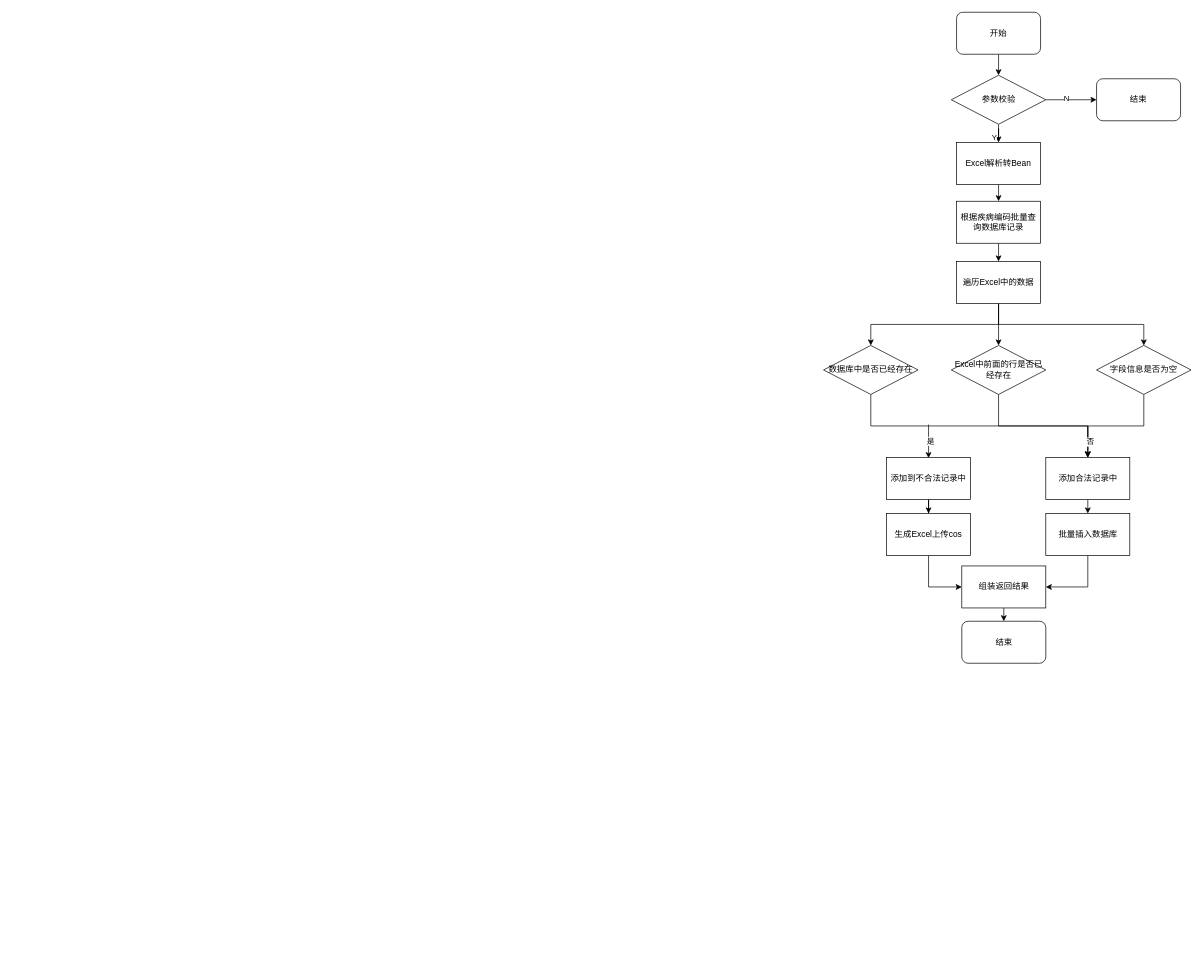
Before: shuidi.drawio in jiajianfeng1993/draw.io, a draw.io diagram. Source tidied: cells renumbered, new cells numbered last; positions are measured from the earlier drawing's top-left corner, leaving out a move shared by most shapes. Both pictures are drawn from the tidied source at 70%, with x=0, y=0 at pixel (823, 12).
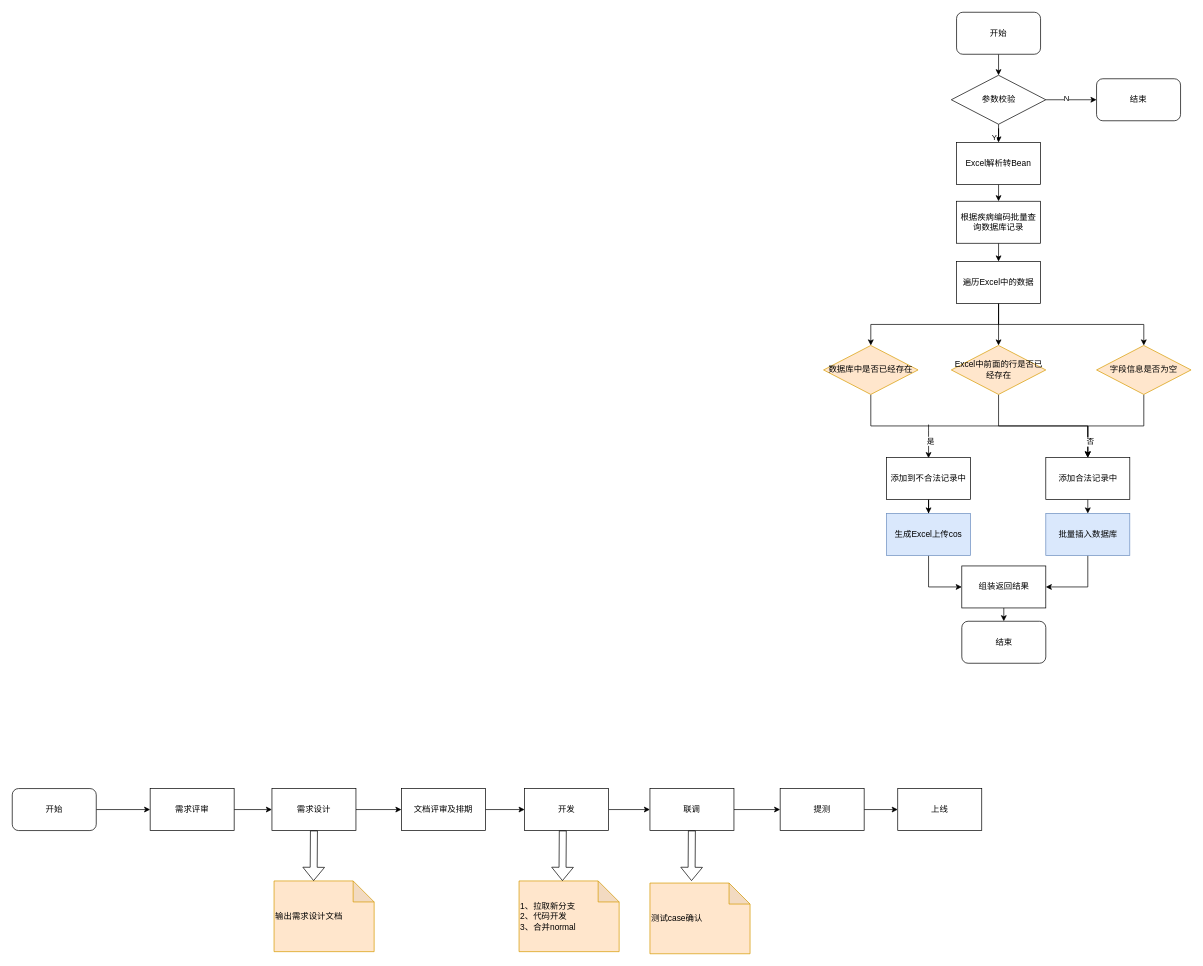
After the change.

What changed in the source:
```diff
@@
-<mxGraphModel>
+<mxGraphModel background="#ffffff">
@@
-    <mxCell id="18" value="数据库中是否已经存在" style="rhombus;whiteSpace=wrap;html=1;" parent="1" vertex="1">
+    <mxCell id="18" value="数据库中是否已经存在" style="rhombus;whiteSpace=wrap;html=1;fillColor=#ffe6cc;strokeColor=#d79b00;" parent="1" vertex="1">
       <mxGeometry y="476" width="135" height="70" as="geometry" />
     </mxCell>
@@
-    <mxCell id="20" value="Excel中前面的行是否已经存在" style="rhombus;whiteSpace=wrap;html=1;" parent="1" vertex="1">
+    <mxCell id="20" value="Excel中前面的行是否已经存在" style="rhombus;whiteSpace=wrap;html=1;fillColor=#ffe6cc;strokeColor=#d79b00;" parent="1" vertex="1">
       <mxGeometry x="182.5" y="476" width="135" height="70" as="geometry" />
     </mxCell>
@@
-    <mxCell id="25" value="字段信息是否为空" style="rhombus;whiteSpace=wrap;html=1;" parent="1" vertex="1">
+    <mxCell id="25" value="字段信息是否为空" style="rhombus;whiteSpace=wrap;html=1;fillColor=#ffe6cc;strokeColor=#d79b00;" parent="1" vertex="1">
       <mxGeometry x="390" y="476" width="135" height="70" as="geometry" />
     </mxCell>
@@
-    <mxCell id="31" value="批量插入数据库" style="rounded=0;whiteSpace=wrap;html=1;" parent="1" vertex="1">
+    <mxCell id="31" value="批量插入数据库" style="rounded=0;whiteSpace=wrap;html=1;fillColor=#dae8fc;strokeColor=#6c8ebf;" parent="1" vertex="1">
       <mxGeometry x="317.5" y="716" width="120" height="60" as="geometry" />
     </mxCell>
@@
-    <mxCell id="33" value="生成Excel上传cos" style="rounded=0;whiteSpace=wrap;html=1;" parent="1" vertex="1">
+    <mxCell id="33" value="生成Excel上传cos" style="rounded=0;whiteSpace=wrap;html=1;fillColor=#dae8fc;strokeColor=#6c8ebf;" parent="1" vertex="1">
       <mxGeometry x="90" y="716" width="120" height="60" as="geometry" />
     </mxCell>
@@
+    <mxCell id="38" style="edgeStyle=orthogonalEdgeStyle;rounded=0;jettySize=auto;html=1;exitX=1;exitY=0.5;exitDx=0;exitDy=0;" parent="1" edge="1" source="39" target="41">
+      <mxGeometry relative="1" as="geometry" />
+    </mxCell>
+    <mxCell id="39" value="开始" style="rounded=1;whiteSpace=wrap;html=1;" parent="1" vertex="1">
+      <mxGeometry x="-1159" y="1109" width="120" height="60" as="geometry" />
+    </mxCell>
+    <mxCell id="40" style="edgeStyle=orthogonalEdgeStyle;rounded=0;jettySize=auto;html=1;exitX=1;exitY=0.5;exitDx=0;exitDy=0;" parent="1" edge="1" source="41" target="43">
+      <mxGeometry relative="1" as="geometry" />
+    </mxCell>
+    <mxCell id="41" value="需求评审" style="rounded=0;whiteSpace=wrap;html=1;" parent="1" vertex="1">
+      <mxGeometry x="-962" y="1109" width="120" height="60" as="geometry" />
+    </mxCell>
+    <mxCell id="42" style="edgeStyle=orthogonalEdgeStyle;rounded=0;jettySize=auto;html=1;exitX=1;exitY=0.5;exitDx=0;exitDy=0;" parent="1" edge="1" source="43" target="45">
+      <mxGeometry relative="1" as="geometry" />
+    </mxCell>
+    <mxCell id="43" value="需求设计" style="rounded=0;whiteSpace=wrap;html=1;" parent="1" vertex="1">
+      <mxGeometry x="-788" y="1109" width="120" height="60" as="geometry" />
+    </mxCell>
+    <mxCell id="44" style="edgeStyle=orthogonalEdgeStyle;rounded=0;jettySize=auto;html=1;exitX=1;exitY=0.5;exitDx=0;exitDy=0;" parent="1" edge="1" source="45" target="47">
+      <mxGeometry relative="1" as="geometry" />
+    </mxCell>
+    <mxCell id="45" value="文档评审及排期" style="rounded=0;whiteSpace=wrap;html=1;" parent="1" vertex="1">
+      <mxGeometry x="-603" y="1109" width="120" height="60" as="geometry" />
+    </mxCell>
+    <mxCell id="46" style="edgeStyle=orthogonalEdgeStyle;rounded=0;jettySize=auto;html=1;exitX=1;exitY=0.5;exitDx=0;exitDy=0;entryX=0;entryY=0.5;entryDx=0;entryDy=0;" parent="1" edge="1" source="47" target="49">
+      <mxGeometry relative="1" as="geometry" />
+    </mxCell>
+    <mxCell id="47" value="开发" style="rounded=0;whiteSpace=wrap;html=1;" parent="1" vertex="1">
+      <mxGeometry x="-427" y="1109" width="120" height="60" as="geometry" />
+    </mxCell>
+    <mxCell id="48" style="edgeStyle=orthogonalEdgeStyle;rounded=0;jettySize=auto;html=1;exitX=1;exitY=0.5;exitDx=0;exitDy=0;entryX=0;entryY=0.5;entryDx=0;entryDy=0;" parent="1" edge="1" source="49" target="51">
+      <mxGeometry relative="1" as="geometry" />
+    </mxCell>
+    <mxCell id="49" value="联调" style="rounded=0;whiteSpace=wrap;html=1;" parent="1" vertex="1">
+      <mxGeometry x="-248" y="1109" width="120" height="60" as="geometry" />
+    </mxCell>
+    <mxCell id="50" style="edgeStyle=orthogonalEdgeStyle;rounded=0;jettySize=auto;html=1;exitX=1;exitY=0.5;exitDx=0;exitDy=0;entryX=0;entryY=0.5;entryDx=0;entryDy=0;" parent="1" edge="1" source="51" target="54">
+      <mxGeometry relative="1" as="geometry" />
+    </mxCell>
+    <mxCell id="51" value="提测" style="rounded=0;whiteSpace=wrap;html=1;" parent="1" vertex="1">
+      <mxGeometry x="-62" y="1109" width="120" height="60" as="geometry" />
+    </mxCell>
+    <mxCell id="52" value="输出需求设计文档" style="shape=note;whiteSpace=wrap;html=1;backgroundOutline=1;darkOpacity=0.05;align=left;fillColor=#ffe6cc;strokeColor=#d79b00;" parent="1" vertex="1">
+      <mxGeometry x="-785" y="1241" width="143" height="101" as="geometry" />
+    </mxCell>
+    <mxCell id="53" value="1、拉取新分支&lt;br&gt;2、代码开发&lt;br&gt;&lt;div style=&quot;&quot;&gt;&lt;span style=&quot;background-color: initial;&quot;&gt;3、合并normal&lt;/span&gt;&lt;/div&gt;" style="shape=note;whiteSpace=wrap;html=1;backgroundOutline=1;darkOpacity=0.05;align=left;fillColor=#ffe6cc;strokeColor=#d79b00;" parent="1" vertex="1">
+      <mxGeometry x="-435" y="1241" width="143" height="101" as="geometry" />
+    </mxCell>
+    <mxCell id="54" value="上线" style="rounded=0;whiteSpace=wrap;html=1;" parent="1" vertex="1">
+      <mxGeometry x="106" y="1109" width="120" height="60" as="geometry" />
+    </mxCell>
+    <mxCell id="55" value="测试case确认" style="shape=note;whiteSpace=wrap;html=1;backgroundOutline=1;darkOpacity=0.05;align=left;fillColor=#ffe6cc;strokeColor=#d79b00;" parent="1" vertex="1">
+      <mxGeometry x="-248" y="1244" width="143" height="101" as="geometry" />
+    </mxCell>
+    <mxCell id="56" style="shape=flexArrow;endArrow=classic;html=1;rounded=0;exitX=0.5;exitY=1;exitDx=0;exitDy=0;entryX=0;entryY=0;entryDx=56.5;entryDy=0;entryPerimeter=0;" parent="1" edge="1" source="43" target="52">
+      <mxGeometry relative="1" as="geometry" />
+    </mxCell>
+    <mxCell id="57" style="shape=flexArrow;endArrow=classic;html=1;rounded=0;exitX=0.5;exitY=1;exitDx=0;exitDy=0;entryX=0;entryY=0;entryDx=56.5;entryDy=0;entryPerimeter=0;" parent="1" edge="1">
+      <mxGeometry relative="1" as="geometry">
+        <mxPoint x="-372.5" y="1169" as="sourcePoint" />
+        <mxPoint x="-373" y="1241" as="targetPoint" />
+      </mxGeometry>
+    </mxCell>
+    <mxCell id="58" style="shape=flexArrow;endArrow=classic;html=1;rounded=0;exitX=0.5;exitY=1;exitDx=0;exitDy=0;entryX=0;entryY=0;entryDx=56.5;entryDy=0;entryPerimeter=0;" parent="1" edge="1">
+      <mxGeometry relative="1" as="geometry">
+        <mxPoint x="-188.1" y="1169" as="sourcePoint" />
+        <mxPoint x="-188.6" y="1241" as="targetPoint" />
+      </mxGeometry>
+    </mxCell>
```
